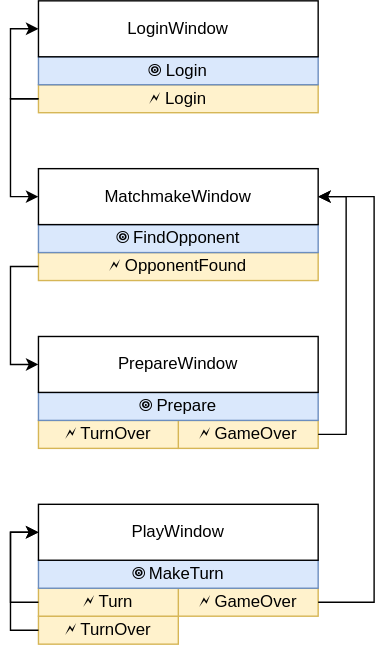
Above: Battleship.Client/Scheme.svg in itsecd/dotnet-battleship (draw.io), before the change. Source tidied: cells renumbered, new cells last; positions are measured from the earlier drawing's top-left corner, leaving out a move shared by most shapes.
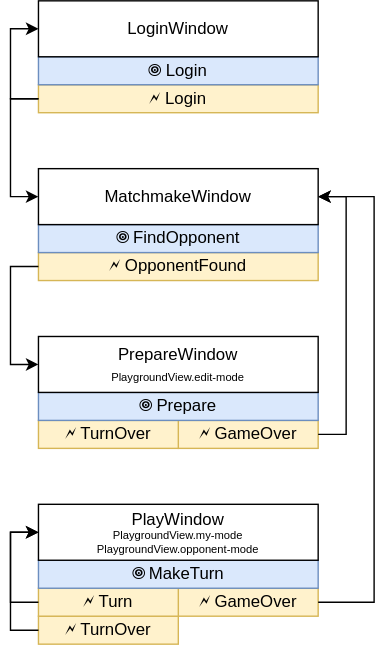
After the commit.

Diff of the diagram source:
```diff
@@ -38,10 +38,10 @@
     <mxCell id="13" value="&lt;div&gt;LoginWindow&lt;/div&gt;" style="rounded=0;whiteSpace=wrap;html=1;" parent="1" vertex="1">
       <mxGeometry x="20" width="200" height="40" as="geometry" />
     </mxCell>
-    <mxCell id="14" value="&lt;div&gt;PlayWindow&lt;/div&gt;" style="rounded=0;whiteSpace=wrap;html=1;" parent="1" vertex="1">
+    <mxCell id="14" value="&lt;div&gt;PlayWindow&lt;/div&gt;&lt;div style=&quot;font-size: 8px;&quot;&gt;&lt;font style=&quot;font-size: 8px;&quot;&gt;PlaygroundView.my-mode&lt;/font&gt;&lt;/div&gt;&lt;div style=&quot;font-size: 8px;&quot;&gt;&lt;font style=&quot;font-size: 8px;&quot;&gt;PlaygroundView.opponent-mode&lt;/font&gt;&lt;br&gt;&lt;/div&gt;" style="rounded=0;whiteSpace=wrap;html=1;" parent="1" vertex="1">
       <mxGeometry x="20" y="360" width="200" height="40" as="geometry" />
     </mxCell>
-    <mxCell id="15" value="&lt;div&gt;PrepareWindow&lt;/div&gt;" style="rounded=0;whiteSpace=wrap;html=1;" parent="1" vertex="1">
+    <mxCell id="15" value="&lt;div&gt;PrepareWindow&lt;/div&gt;&lt;div&gt;&lt;font style=&quot;font-size: 8px;&quot;&gt;PlaygroundView.edit-mode&lt;/font&gt;&lt;br&gt;&lt;/div&gt;" style="rounded=0;whiteSpace=wrap;html=1;" parent="1" vertex="1">
       <mxGeometry x="20" y="240" width="200" height="40" as="geometry" />
     </mxCell>
     <mxCell id="16" value="&lt;div&gt;MatchmakeWindow&lt;/div&gt;" style="rounded=0;whiteSpace=wrap;html=1;" parent="1" vertex="1">
```
